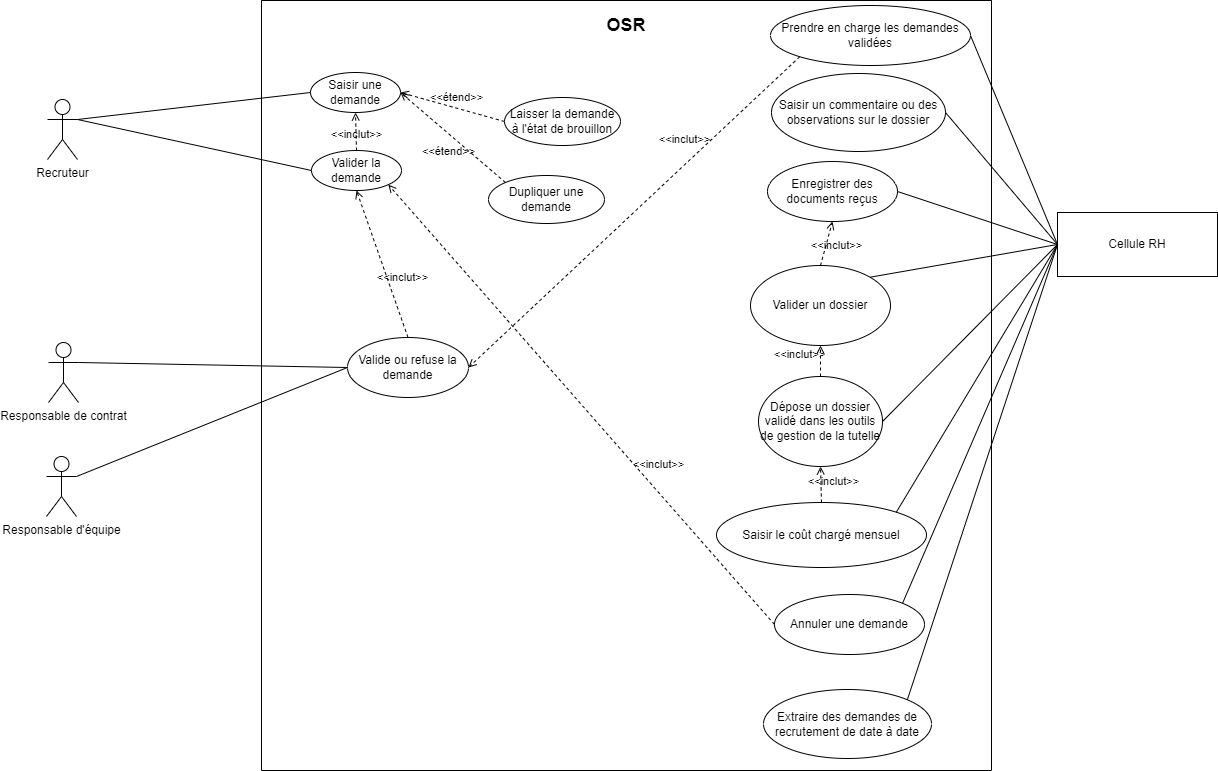
faridbelhiteche/Projet-TER keeps this draw.io diagram as Diagramme de use-case OSR.drawio.png. Above is the earlier version. Source tidied: cells renumbered, new cells last; positions are measured from the earlier drawing's top-left corner, leaving out a move shared by most shapes.
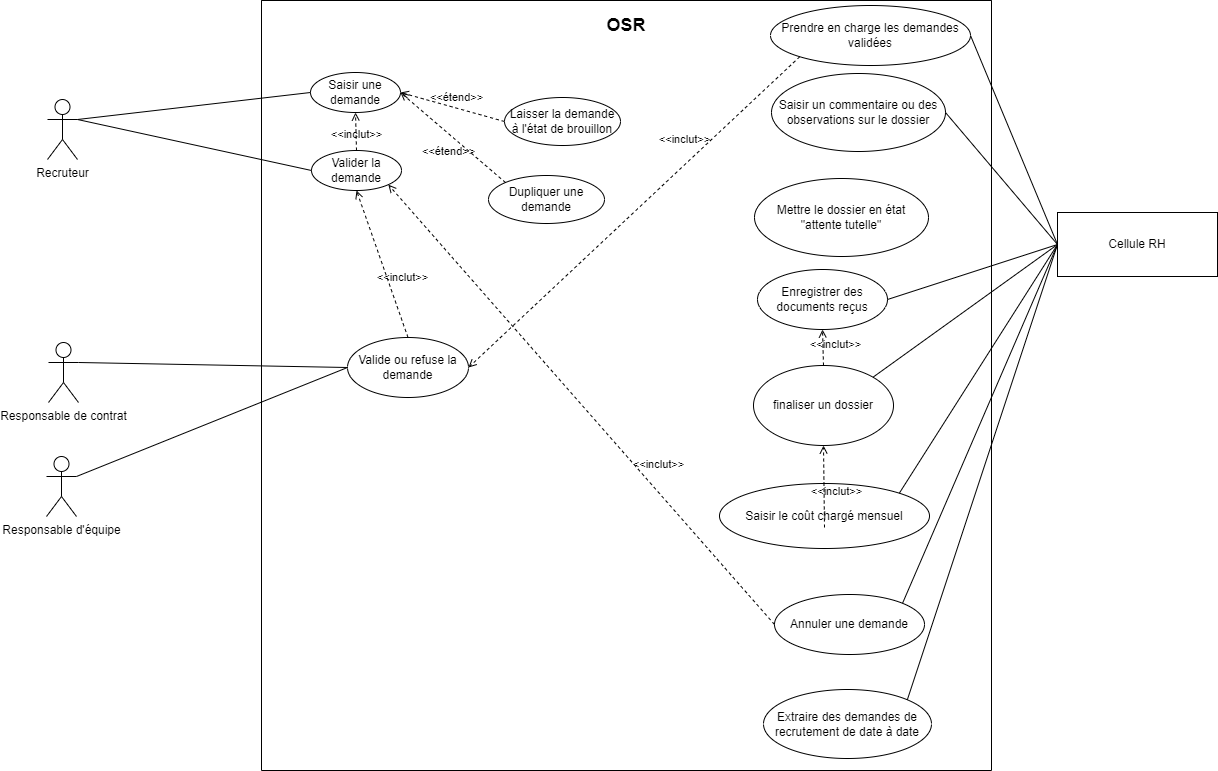
The same diagram one commit later.

Change to the diagram source:
```diff
@@ -15,14 +15,11 @@
       <mxGeometry x="510" y="73" width="174" height="78" as="geometry" />
     </mxCell>
     <mxCell id="6" value="Enregistrer des documents reçus" style="ellipse;whiteSpace=wrap;html=1;fillColor=#FFFFFF;" parent="2" vertex="1">
-      <mxGeometry x="506" y="161" width="130" height="60" as="geometry" />
+      <mxGeometry x="496" y="269" width="130" height="60" as="geometry" />
     </mxCell>
     <mxCell id="7" value="Saisir une demande" style="ellipse;whiteSpace=wrap;html=1;" parent="2" vertex="1">
       <mxGeometry x="49" y="72" width="90" height="40" as="geometry" />
     </mxCell>
-    <mxCell id="8" value="Dépose un dossier validé dans les outils de gestion de la tutelle" style="ellipse;whiteSpace=wrap;html=1;fillColor=#FFFFFF;" parent="2" vertex="1">
-      <mxGeometry x="497" y="376" width="124" height="90" as="geometry" />
-    </mxCell>
     <mxCell id="9" value="&lt;b&gt;&lt;font style=&quot;font-size: 18px&quot;&gt;OSR&lt;/font&gt;&lt;/b&gt;" style="rounded=0;whiteSpace=wrap;html=1;strokeColor=none;" parent="2" vertex="1">
       <mxGeometry x="210" y="10" width="310" height="30" as="geometry" />
     </mxCell>
@@ -30,7 +27,7 @@
       <mxGeometry x="509" y="5" width="200" height="60" as="geometry" />
     </mxCell>
     <mxCell id="11" value="Saisir le coût chargé mensuel" style="ellipse;whiteSpace=wrap;html=1;" parent="2" vertex="1">
-      <mxGeometry x="455" y="502" width="210" height="65" as="geometry" />
+      <mxGeometry x="458" y="483" width="210" height="65" as="geometry" />
     </mxCell>
     <mxCell id="12" value="&amp;lt;&amp;lt;étend&amp;gt;&amp;gt;" style="html=1;verticalAlign=bottom;labelBackgroundColor=none;endArrow=open;endFill=0;dashed=1;rounded=0;exitX=0;exitY=0.5;exitDx=0;exitDy=0;entryX=1;entryY=0.5;entryDx=0;entryDy=0;" parent="2" edge="1" source="13" target="7">
       <mxGeometry x="-0.07" y="-2" relative="1" as="geometry" />
@@ -52,18 +49,17 @@
     <mxCell id="17" value="&amp;lt;&amp;lt;inclut&amp;gt;&amp;gt;" style="html=1;verticalAlign=bottom;labelBackgroundColor=none;endArrow=open;endFill=0;dashed=1;rounded=0;exitX=0;exitY=0.5;exitDx=0;exitDy=0;entryX=1;entryY=1;entryDx=0;entryDy=0;" parent="2" edge="1" source="15" target="4">
       <mxGeometry x="-0.35" y="-12" relative="1" as="geometry" />
     </mxCell>
-    <mxCell id="18" value="&amp;lt;&amp;lt;inclut&amp;gt;&amp;gt;" style="html=1;verticalAlign=bottom;labelBackgroundColor=none;endArrow=open;endFill=0;dashed=1;rounded=0;exitX=0.5;exitY=0;exitDx=0;exitDy=0;entryX=0.5;entryY=1;entryDx=0;entryDy=0;" parent="2" edge="1" source="11" target="8">
-      <mxGeometry x="-0.35" y="-12" relative="1" as="geometry" />
+    <mxCell id="18" value="&amp;lt;&amp;lt;inclut&amp;gt;&amp;gt;" style="html=1;verticalAlign=bottom;labelBackgroundColor=none;endArrow=open;endFill=0;dashed=1;rounded=0;exitX=0.5;exitY=0;exitDx=0;exitDy=0;entryX=0.5;entryY=1;entryDx=0;entryDy=0;" parent="2" edge="1" target="19">
+      <mxGeometry x="-0.35" y="-12" relative="1" as="geometry">
+        <mxPoint x="563" y="527" as="sourcePoint" />
+      </mxGeometry>
     </mxCell>
-    <mxCell id="19" value="Valider un dossier" style="ellipse;whiteSpace=wrap;html=1;fillColor=#FFFFFF;" parent="2" vertex="1">
-      <mxGeometry x="489" y="265" width="140" height="80" as="geometry" />
+    <mxCell id="19" value="finaliser un dossier" style="ellipse;whiteSpace=wrap;html=1;fillColor=#FFFFFF;" parent="2" vertex="1">
+      <mxGeometry x="492" y="365" width="140" height="80" as="geometry" />
     </mxCell>
     <mxCell id="20" value="&amp;lt;&amp;lt;inclut&amp;gt;&amp;gt;" style="html=1;verticalAlign=bottom;labelBackgroundColor=none;endArrow=open;endFill=0;dashed=1;rounded=0;exitX=0.5;exitY=0;exitDx=0;exitDy=0;entryX=0.5;entryY=1;entryDx=0;entryDy=0;" parent="2" edge="1" source="19" target="6">
       <mxGeometry x="-0.35" y="-12" relative="1" as="geometry" />
     </mxCell>
-    <mxCell id="21" value="&amp;lt;&amp;lt;inclut&amp;gt;&amp;gt;" style="html=1;verticalAlign=bottom;labelBackgroundColor=none;endArrow=open;endFill=0;dashed=1;rounded=0;exitX=0.5;exitY=0;exitDx=0;exitDy=0;entryX=0.5;entryY=1;entryDx=0;entryDy=0;" parent="2" edge="1" source="8" target="19">
-      <mxGeometry x="-0.19" y="21" relative="1" as="geometry" />
-    </mxCell>
     <mxCell id="22" value="&amp;lt;&amp;lt;inclut&amp;gt;&amp;gt;" style="html=1;verticalAlign=bottom;labelBackgroundColor=none;endArrow=open;endFill=0;dashed=1;rounded=0;exitX=0;exitY=1;exitDx=0;exitDy=0;entryX=1;entryY=0.5;entryDx=0;entryDy=0;" parent="2" edge="1" source="10" target="3">
       <mxGeometry x="-0.35" y="-12" relative="1" as="geometry" />
     </mxCell>
@@ -78,6 +74,9 @@
         <mxPoint x="-1" as="offset" />
       </mxGeometry>
     </mxCell>
+    <mxCell id="42" value="Mettre le dossier en état &quot;attente tutelle&quot;" style="ellipse;whiteSpace=wrap;html=1;fillColor=#FFFFFF;" parent="2" vertex="1">
+      <mxGeometry x="493" y="178" width="174" height="78" as="geometry" />
+    </mxCell>
     <mxCell id="26" value="Responsable de contrat" style="shape=umlActor;verticalLabelPosition=bottom;verticalAlign=top;html=1;outlineConnect=0;" parent="1" vertex="1">
       <mxGeometry x="2" y="342" width="30" height="60" as="geometry" />
     </mxCell>
@@ -105,9 +104,6 @@
     <mxCell id="34" style="endArrow=none;html=1;rounded=0;entryX=0;entryY=0.5;entryDx=0;entryDy=0;exitX=1;exitY=0.3333333333333333;exitDx=0;exitDy=0;exitPerimeter=0;" parent="1" edge="1" source="27" target="7">
       <mxGeometry relative="1" as="geometry" />
     </mxCell>
-    <mxCell id="35" style="endArrow=none;html=1;rounded=0;entryX=0;entryY=0.5;entryDx=0;entryDy=0;exitX=1;exitY=0.5;exitDx=0;exitDy=0;" parent="1" edge="1" source="8" target="28">
-      <mxGeometry relative="1" as="geometry" />
-    </mxCell>
     <mxCell id="36" style="endArrow=none;html=1;rounded=0;exitX=1;exitY=0.5;exitDx=0;exitDy=0;entryX=0;entryY=0.5;entryDx=0;entryDy=0;" parent="1" edge="1" source="10" target="28">
       <mxGeometry relative="1" as="geometry" />
     </mxCell>
```
